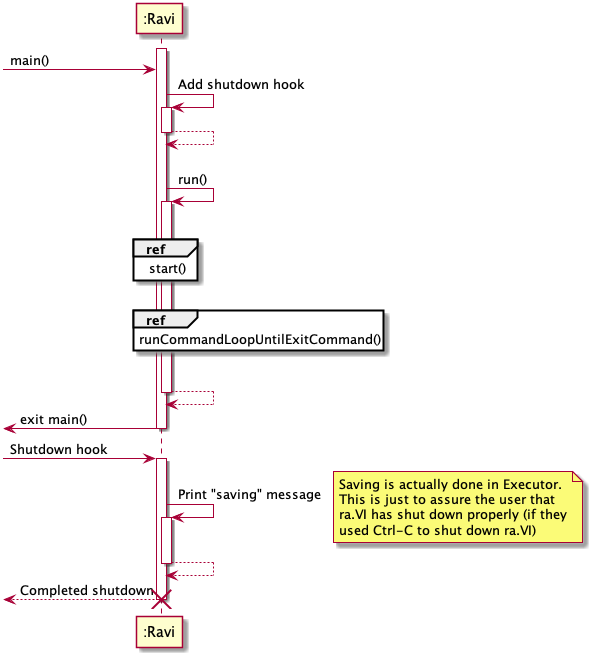
This is docs/diagrams/MainSequenceDiagram.png from wangqinNick/tp, a PlantUML export, as it was before one commit. Its diagram source:
```plantuml
@startuml

create ":Ravi"
activate ":Ravi"
-> ":Ravi": main()
":Ravi" -> ":Ravi" ++ : Add shutdown hook
return
|||
":Ravi" -> ":Ravi"  ++ : run()
    |||
        ref over ":Ravi": start()
        |||
        ref over ":Ravi": runCommandLoopUntilExitCommand()
    |||
return

<- ":Ravi" -- : exit main()

-> ":Ravi" ++ : Shutdown hook
":Ravi" -> ":Ravi" ++ : Print "saving" message
note right
    Saving is actually done in Executor.
    This is just to assure the user that
    ra.VI has shut down properly (if they
    used Ctrl-C to shut down ra.VI)
end note
return
return Completed shutdown
destroy ":Ravi"

@enduml
```
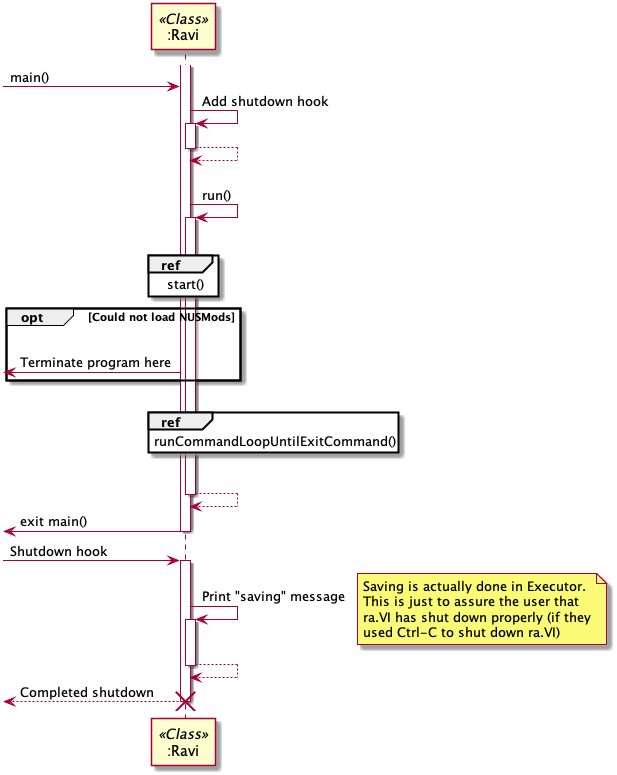
After the commit.

Commit message:
Quick fix for DG's Main Sequence Diagram

What changed in the source:
```diff
@@ -1,23 +1,29 @@
 @startuml
 
-create ":Ravi"
-activate ":Ravi"
--> ":Ravi": main()
-":Ravi" -> ":Ravi" ++ : Add shutdown hook
+participant ":Ravi" as Ravi << Class >>
+
+create Ravi
+activate Ravi
+-> Ravi: main()
+Ravi -> Ravi ++ : Add shutdown hook
 return
 |||
-":Ravi" -> ":Ravi"  ++ : run()
+Ravi -> Ravi  ++ : run()
     |||
-        ref over ":Ravi": start()
+        ref over Ravi: start()
+        opt Could not load NUSMods
+            |||
+            <- Ravi : Terminate program here
+        end opt
         |||
-        ref over ":Ravi": runCommandLoopUntilExitCommand()
+        ref over Ravi: runCommandLoopUntilExitCommand()
     |||
 return
 
-<- ":Ravi" -- : exit main()
+<- Ravi -- : exit main()
 
--> ":Ravi" ++ : Shutdown hook
-":Ravi" -> ":Ravi" ++ : Print "saving" message
+-> Ravi ++ : Shutdown hook
+Ravi -> Ravi ++ : Print "saving" message
 note right
     Saving is actually done in Executor.
     This is just to assure the user that
@@ -26,6 +32,6 @@
 end note
 return
 return Completed shutdown
-destroy ":Ravi"
+destroy Ravi
 
 @enduml
```
